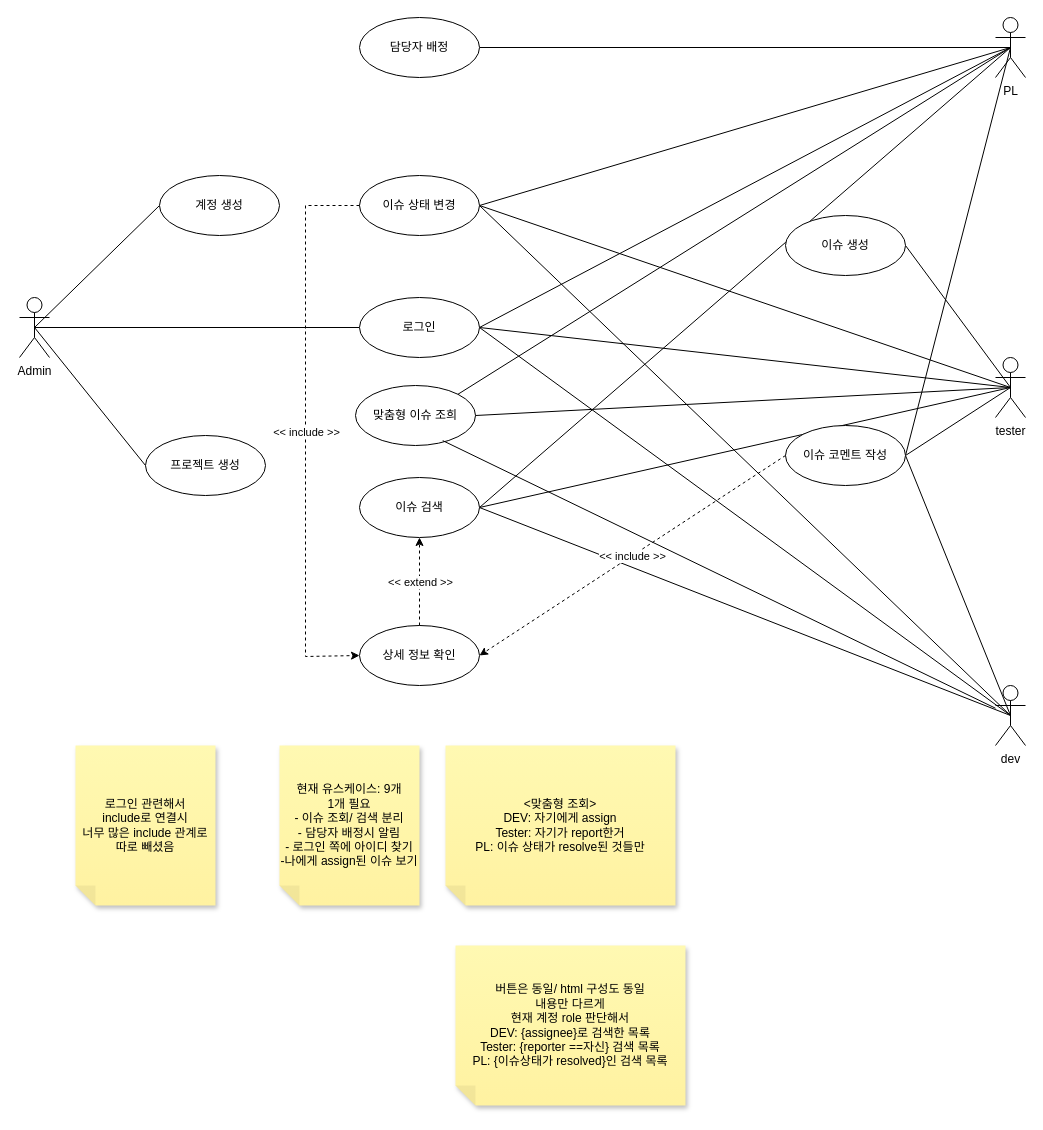
The draw.io diagram 다이어그램 모음집/유스케이스 다이어그램 0601-2.drawio in LuisYou/Term_Project_19, before the edit. Source tidied: cells renumbered, new cells numbered last; positions are measured from the earlier drawing's top-left corner, leaving out a move shared by most shapes. Both pictures are drawn from the tidied source at 100%, with x=0, y=0 at pixel (19, 17).
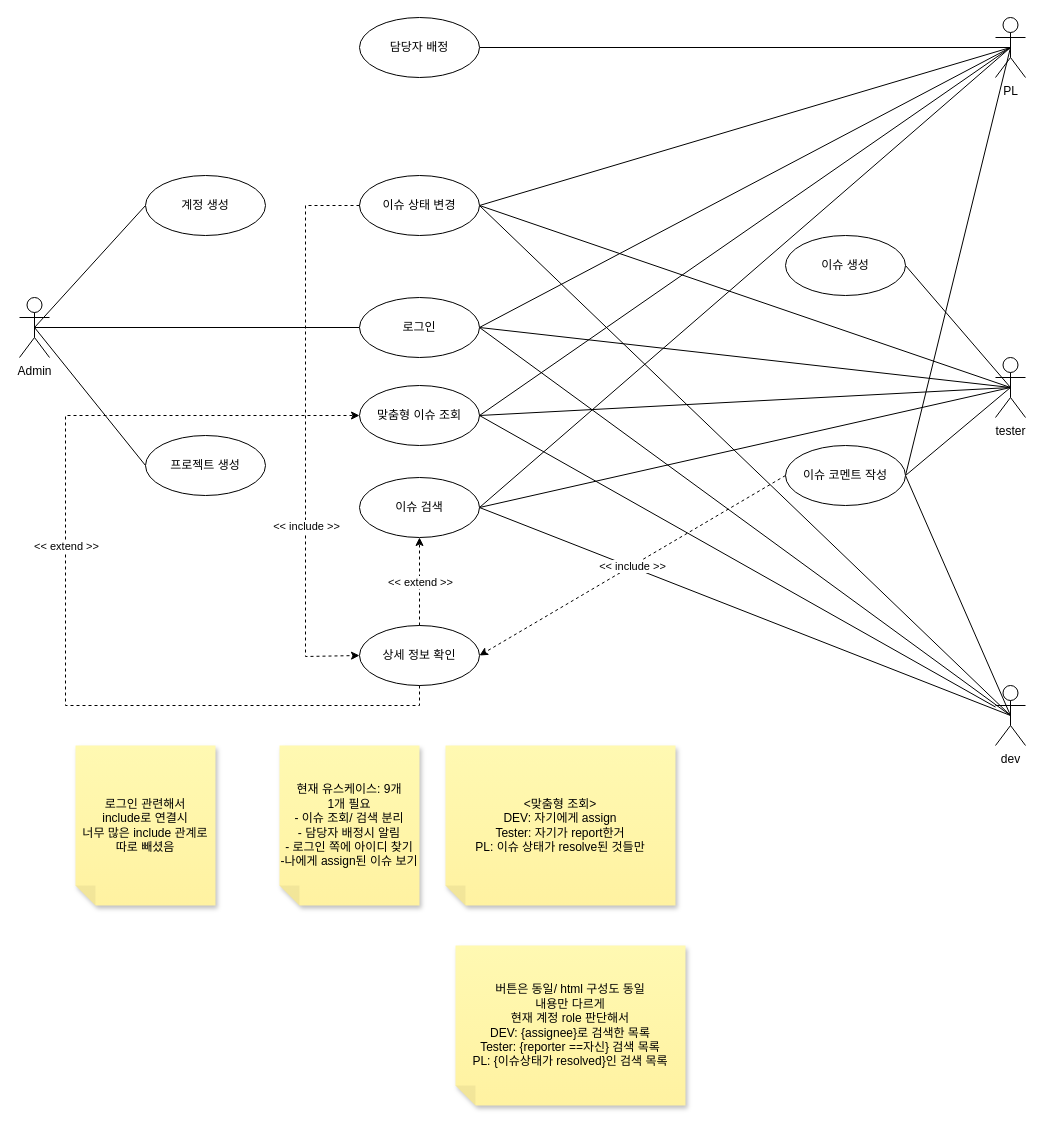
After the change.

The change refers to these unchanged cells:
```xml
<mxCell id="11" value="PL" style="shape=umlActor;verticalLabelPosition=bottom;verticalAlign=top;html=1;outlineConnect=0;" parent="1" vertex="1">
  <mxGeometry x="976" width="30" height="60" as="geometry" />
</mxCell>
<mxCell id="16" value="dev" style="shape=umlActor;verticalLabelPosition=bottom;verticalAlign=top;html=1;outlineConnect=0;" parent="1" vertex="1">
  <mxGeometry x="976" y="668" width="30" height="60" as="geometry" />
</mxCell>
<mxCell id="29" value="상세 정보 확인" style="ellipse;whiteSpace=wrap;html=1;" parent="1" vertex="1">
  <mxGeometry x="340" y="608" width="120" height="60" as="geometry" />
</mxCell>
<mxCell id="36" style="endArrow=classic;html=1;rounded=0;exitX=0;exitY=0.5;exitDx=0;exitDy=0;entryX=0;entryY=0.5;entryDx=0;entryDy=0;dashed=1;edgeStyle=orthogonalEdgeStyle;" parent="1" edge="1" source="28" target="29">
  <mxGeometry relative="1" as="geometry">
    <Array as="points">
      <mxPoint x="286" y="188" />
      <mxPoint x="286" y="639" />
    </Array>
  </mxGeometry>
</mxCell>
```

Diff of the diagram source:
```diff
@@
     <mxCell id="23" value="계정 생성" style="ellipse;whiteSpace=wrap;html=1;" parent="1" vertex="1">
-      <mxGeometry x="140" y="158" width="120" height="60" as="geometry" />
+      <mxGeometry x="126" y="158" width="120" height="60" as="geometry" />
     </mxCell>
@@
     <mxCell id="25" value="이슈 생성" style="ellipse;whiteSpace=wrap;html=1;" parent="1" vertex="1">
-      <mxGeometry x="766" y="198" width="120" height="60" as="geometry" />
+      <mxGeometry x="766" y="218" width="120" height="60" as="geometry" />
     </mxCell>
     <mxCell id="26" value="이슈 코멘트 작성" style="ellipse;whiteSpace=wrap;html=1;" parent="1" vertex="1">
-      <mxGeometry x="766" y="408" width="120" height="60" as="geometry" />
+      <mxGeometry x="766" y="428" width="120" height="60" as="geometry" />
     </mxCell>
@@
     <mxCell id="37" value="&amp;lt;&amp;lt; include &amp;gt;&amp;gt;" style="edgeLabel;html=1;align=center;verticalAlign=middle;" parent="36" vertex="1">
-      <mxGeometry relative="1" as="geometry" />
+      <mxGeometry relative="1" as="geometry">
+        <mxPoint y="94" as="offset" />
+      </mxGeometry>
     </mxCell>
@@
-    <mxCell id="42" value="맞춤형 이슈 조희" style="ellipse;whiteSpace=wrap;html=1;" parent="1" vertex="1">
-      <mxGeometry x="336" y="368" width="120" height="60" as="geometry" />
+    <mxCell id="42" value="맞춤형 이슈 조회" style="ellipse;whiteSpace=wrap;html=1;" parent="1" vertex="1">
+      <mxGeometry x="340" y="368" width="120" height="60" as="geometry" />
     </mxCell>
-    <mxCell id="43" style="rounded=0;jettySize=auto;html=1;exitX=0.5;exitY=0.5;exitDx=0;exitDy=0;exitPerimeter=0;entryX=1;entryY=0;entryDx=0;entryDy=0;endArrow=none;endFill=0;" parent="1" edge="1" source="11" target="42">
+    <mxCell id="43" style="rounded=0;jettySize=auto;html=1;exitX=0.5;exitY=0.5;exitDx=0;exitDy=0;exitPerimeter=0;entryX=1;entryY=0.5;entryDx=0;entryDy=0;endArrow=none;endFill=0;" parent="1" edge="1" source="11" target="42">
       <mxGeometry relative="1" as="geometry" />
     </mxCell>
@@
-    <mxCell id="45" style="rounded=0;jettySize=auto;html=1;endArrow=none;endFill=0;entryX=0.727;entryY=0.919;entryDx=0;entryDy=0;entryPerimeter=0;" parent="1" edge="1" source="16" target="42">
+    <mxCell id="45" style="rounded=0;jettySize=auto;html=1;endArrow=none;endFill=0;entryX=1;entryY=0.5;entryDx=0;entryDy=0;" parent="1" edge="1" source="16" target="42">
       <mxGeometry relative="1" as="geometry" />
     </mxCell>
+    <mxCell id="46" style="endArrow=classic;html=1;rounded=0;exitX=0.5;exitY=1;exitDx=0;exitDy=0;entryX=0;entryY=0.5;entryDx=0;entryDy=0;dashed=1;edgeStyle=orthogonalEdgeStyle;" parent="1" edge="1" source="29" target="42">
+      <mxGeometry relative="1" as="geometry">
+        <Array as="points">
+          <mxPoint x="400" y="688" />
+          <mxPoint x="46" y="688" />
+          <mxPoint x="46" y="398" />
+        </Array>
+      </mxGeometry>
+    </mxCell>
+    <mxCell id="47" value="&amp;lt;&amp;lt; extend &amp;gt;&amp;gt;" style="edgeLabel;html=1;align=center;verticalAlign=middle;" parent="46" vertex="1">
+      <mxGeometry relative="1" as="geometry">
+        <mxPoint y="-55" as="offset" />
+      </mxGeometry>
+    </mxCell>
```
